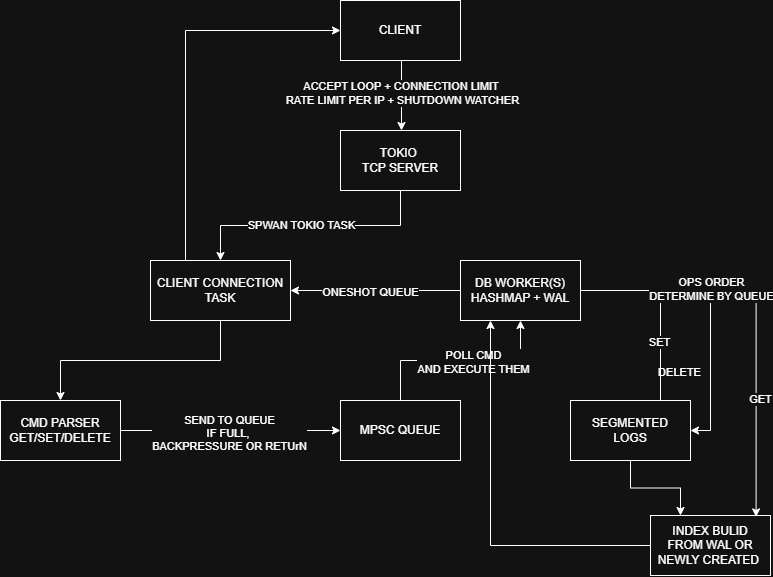
Earlier version of the draw.io export mini-db-design.png (ronakgh97/mini-db). Source tidied: cells renumbered, new cells last; positions are measured from the earlier drawing's top-left corner, leaving out a move shared by most shapes. Source of this version:
```xml
<mxGraphModel>
  <root>
    <mxCell id="0" />
    <mxCell id="1" parent="0" />
    <mxCell id="2" style="edgeStyle=orthogonalEdgeStyle;rounded=0;orthogonalLoop=1;jettySize=auto;html=1;exitX=0.5;exitY=1;exitDx=0;exitDy=0;entryX=0.5;entryY=0;entryDx=0;entryDy=0;" parent="1" edge="1">
      <mxGeometry relative="1" as="geometry">
        <mxPoint x="401" y="60" as="sourcePoint" />
        <mxPoint x="401" y="130" as="targetPoint" />
      </mxGeometry>
    </mxCell>
    <mxCell id="3" value="ACCEPT LOOP + CONNECTION LIMIT&amp;nbsp;&lt;div&gt;RATE LIMIT PER IP + SHUTDOWN WATCHER&lt;/div&gt;" style="edgeLabel;html=1;align=center;verticalAlign=middle;" parent="2" vertex="1">
      <mxGeometry x="-0.07" y="-1" relative="1" as="geometry">
        <mxPoint x="1" as="offset" />
      </mxGeometry>
    </mxCell>
    <mxCell id="4" value="CLIENT" style="rounded=0;whiteSpace=wrap;html=1;" parent="1" vertex="1">
      <mxGeometry x="340" width="120" height="60" as="geometry" />
    </mxCell>
    <mxCell id="5" style="edgeStyle=orthogonalEdgeStyle;rounded=0;jettySize=auto;html=1;exitX=0.5;exitY=1;exitDx=0;exitDy=0;" parent="1" edge="1" source="7" target="10">
      <mxGeometry relative="1" as="geometry" />
    </mxCell>
    <mxCell id="6" value="SPWAN TOKIO TASK" style="edgeLabel;html=1;align=center;verticalAlign=middle;" parent="5" vertex="1">
      <mxGeometry x="0.05" y="-3" relative="1" as="geometry">
        <mxPoint x="-3" y="2" as="offset" />
      </mxGeometry>
    </mxCell>
    <mxCell id="7" value="TOKIO&amp;nbsp;&lt;div&gt;TCP SERVER&lt;/div&gt;" style="rounded=0;whiteSpace=wrap;html=1;" parent="1" vertex="1">
      <mxGeometry x="340" y="130" width="120" height="60" as="geometry" />
    </mxCell>
    <mxCell id="8" style="edgeStyle=orthogonalEdgeStyle;rounded=0;jettySize=auto;html=1;exitX=0.5;exitY=1;exitDx=0;exitDy=0;entryX=0.5;entryY=0;entryDx=0;entryDy=0;" parent="1" edge="1" source="10" target="13">
      <mxGeometry relative="1" as="geometry" />
    </mxCell>
    <mxCell id="9" style="edgeStyle=orthogonalEdgeStyle;rounded=0;jettySize=auto;html=1;exitX=0.25;exitY=0;exitDx=0;exitDy=0;entryX=0;entryY=0.5;entryDx=0;entryDy=0;" parent="1" edge="1" source="10" target="4">
      <mxGeometry relative="1" as="geometry" />
    </mxCell>
    <mxCell id="10" value="CLIENT CONNECTION TASK" style="rounded=0;whiteSpace=wrap;html=1;" parent="1" vertex="1">
      <mxGeometry x="150" y="260" width="140" height="60" as="geometry" />
    </mxCell>
    <mxCell id="11" style="edgeStyle=orthogonalEdgeStyle;rounded=0;jettySize=auto;html=1;exitX=1;exitY=0.5;exitDx=0;exitDy=0;" parent="1" edge="1" source="13" target="16">
      <mxGeometry relative="1" as="geometry" />
    </mxCell>
    <mxCell id="12" value="SEND TO QUEUE&lt;div&gt;IF FULL,&amp;nbsp;&lt;div&gt;BACKPRESSURE OR RETUrN&lt;/div&gt;&lt;/div&gt;" style="edgeLabel;html=1;align=center;verticalAlign=middle;" parent="11" vertex="1">
      <mxGeometry x="-0.02" y="-2" relative="1" as="geometry" />
    </mxCell>
    <mxCell id="13" value="CMD PARSER&lt;div&gt;GET/SET/DELETE&lt;/div&gt;" style="rounded=0;whiteSpace=wrap;html=1;" parent="1" vertex="1">
      <mxGeometry y="400" width="120" height="60" as="geometry" />
    </mxCell>
    <mxCell id="14" style="edgeStyle=orthogonalEdgeStyle;rounded=0;jettySize=auto;html=1;exitX=0.5;exitY=0;exitDx=0;exitDy=0;entryX=0.5;entryY=1;entryDx=0;entryDy=0;" parent="1" edge="1" source="16" target="23">
      <mxGeometry relative="1" as="geometry" />
    </mxCell>
    <mxCell id="15" value="POLL CMD&lt;div&gt;AND EXECUTE THEM&lt;/div&gt;" style="edgeLabel;html=1;align=center;verticalAlign=middle;" parent="14" vertex="1">
      <mxGeometry x="0.12" y="-1" relative="1" as="geometry" />
    </mxCell>
    <mxCell id="16" value="MPSC QUEUE" style="rounded=1;whiteSpace=wrap;html=1;arcSize=0;" parent="1" vertex="1">
      <mxGeometry x="340" y="400" width="120" height="60" as="geometry" />
    </mxCell>
    <mxCell id="17" style="edgeStyle=orthogonalEdgeStyle;rounded=0;jettySize=auto;html=1;entryX=1;entryY=0.5;entryDx=0;entryDy=0;" parent="1" edge="1" source="23" target="10">
      <mxGeometry relative="1" as="geometry" />
    </mxCell>
    <mxCell id="18" value="ONESHOT QUEUE" style="edgeLabel;html=1;align=center;verticalAlign=middle;" parent="17" vertex="1">
      <mxGeometry x="0.07" y="1" relative="1" as="geometry" />
    </mxCell>
    <mxCell id="19" style="edgeStyle=orthogonalEdgeStyle;rounded=0;jettySize=auto;html=1;exitX=1;exitY=0.5;exitDx=0;exitDy=0;entryX=1;entryY=0.5;entryDx=0;entryDy=0;" parent="1" edge="1" source="23" target="30">
      <mxGeometry relative="1" as="geometry" />
    </mxCell>
    <mxCell id="20" value="DELETE" style="edgeLabel;html=1;align=center;verticalAlign=middle;" parent="19" vertex="1">
      <mxGeometry x="-0.34" y="-2" relative="1" as="geometry">
        <mxPoint x="2" y="79" as="offset" />
      </mxGeometry>
    </mxCell>
    <mxCell id="21" style="edgeStyle=orthogonalEdgeStyle;rounded=0;jettySize=auto;html=1;exitX=1;exitY=0.5;exitDx=0;exitDy=0;entryX=0.75;entryY=0.167;entryDx=0;entryDy=0;entryPerimeter=0;" parent="1" edge="1" source="23" target="30">
      <mxGeometry relative="1" as="geometry" />
    </mxCell>
    <mxCell id="22" value="SET" style="edgeLabel;html=1;align=center;verticalAlign=middle;" parent="21" vertex="1">
      <mxGeometry x="0.36" y="2" relative="1" as="geometry">
        <mxPoint x="-4" y="-5" as="offset" />
      </mxGeometry>
    </mxCell>
    <mxCell id="23" value="DB WORKER(S)&lt;br&gt;HASHMAP + WAL" style="rounded=0;whiteSpace=wrap;html=1;" parent="1" vertex="1">
      <mxGeometry x="460" y="260" width="120" height="60" as="geometry" />
    </mxCell>
    <mxCell id="24" style="edgeStyle=orthogonalEdgeStyle;rounded=0;jettySize=auto;html=1;entryX=0.25;entryY=1;entryDx=0;entryDy=0;" parent="1" edge="1" source="25" target="23">
      <mxGeometry relative="1" as="geometry" />
    </mxCell>
    <mxCell id="25" value="INDEX BULID&lt;div&gt;FROM WAL OR&lt;br&gt;NEWLY CREATED&amp;nbsp;&lt;/div&gt;" style="rounded=0;whiteSpace=wrap;html=1;" parent="1" vertex="1">
      <mxGeometry x="650" y="515" width="120" height="60" as="geometry" />
    </mxCell>
    <mxCell id="26" style="edgeStyle=orthogonalEdgeStyle;rounded=0;jettySize=auto;html=1;exitX=1;exitY=0.5;exitDx=0;exitDy=0;entryX=0.88;entryY=0.023;entryDx=0;entryDy=0;entryPerimeter=0;" parent="1" edge="1" source="23" target="25">
      <mxGeometry relative="1" as="geometry" />
    </mxCell>
    <mxCell id="27" value="GET" style="edgeLabel;html=1;align=center;verticalAlign=middle;" parent="26" vertex="1">
      <mxGeometry x="0.52" relative="1" as="geometry">
        <mxPoint x="4" y="-22" as="offset" />
      </mxGeometry>
    </mxCell>
    <mxCell id="28" value="OPS ORDER&lt;div&gt;DETERMINE BY QUEUE&lt;/div&gt;" style="edgeLabel;html=1;align=center;verticalAlign=middle;" parent="26" vertex="1">
      <mxGeometry x="-0.85" y="2" relative="1" as="geometry">
        <mxPoint x="99" as="offset" />
      </mxGeometry>
    </mxCell>
    <mxCell id="29" style="edgeStyle=orthogonalEdgeStyle;rounded=0;jettySize=auto;html=1;exitX=0.5;exitY=1;exitDx=0;exitDy=0;entryX=0.25;entryY=0;entryDx=0;entryDy=0;" parent="1" edge="1" source="30" target="25">
      <mxGeometry relative="1" as="geometry" />
    </mxCell>
    <mxCell id="30" value="SEGMENTED&lt;div&gt;LOGS&lt;/div&gt;" style="rounded=0;whiteSpace=wrap;html=1;" parent="1" vertex="1">
      <mxGeometry x="570" y="400" width="120" height="60" as="geometry" />
    </mxCell>
  </root>
</mxGraphModel>
```
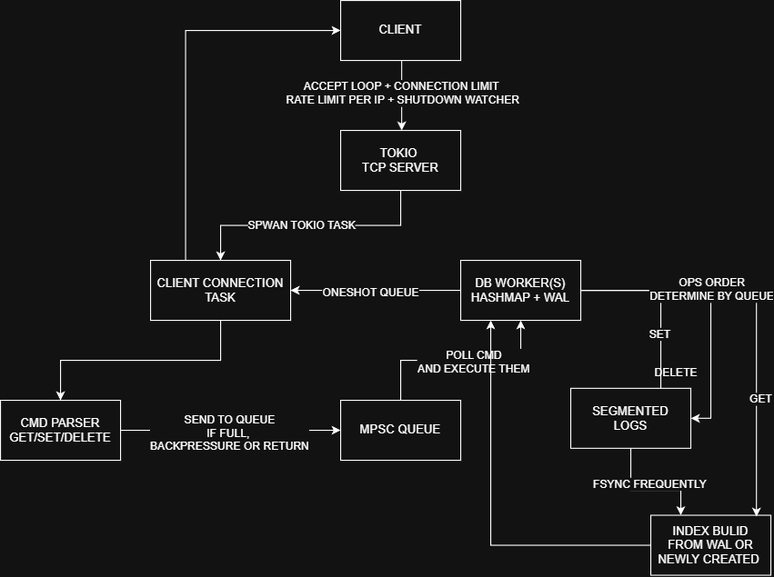
Above is the later version.

Diff of the diagram source:
```diff
@@ -39,7 +39,7 @@
     <mxCell id="11" style="edgeStyle=orthogonalEdgeStyle;rounded=0;jettySize=auto;html=1;exitX=1;exitY=0.5;exitDx=0;exitDy=0;" parent="1" edge="1" source="13" target="16">
       <mxGeometry relative="1" as="geometry" />
     </mxCell>
-    <mxCell id="12" value="SEND TO QUEUE&lt;div&gt;IF FULL,&amp;nbsp;&lt;div&gt;BACKPRESSURE OR RETUrN&lt;/div&gt;&lt;/div&gt;" style="edgeLabel;html=1;align=center;verticalAlign=middle;" parent="11" vertex="1">
+    <mxCell id="12" value="SEND TO QUEUE&lt;div&gt;IF FULL,&amp;nbsp;&lt;div&gt;BACKPRESSURE OR RETURN&lt;/div&gt;&lt;/div&gt;" style="edgeLabel;html=1;align=center;verticalAlign=middle;" parent="11" vertex="1">
       <mxGeometry x="-0.02" y="-2" relative="1" as="geometry" />
     </mxCell>
     <mxCell id="13" value="CMD PARSER&lt;div&gt;GET/SET/DELETE&lt;/div&gt;" style="rounded=0;whiteSpace=wrap;html=1;" parent="1" vertex="1">
@@ -99,10 +99,20 @@
       </mxGeometry>
     </mxCell>
     <mxCell id="29" style="edgeStyle=orthogonalEdgeStyle;rounded=0;jettySize=auto;html=1;exitX=0.5;exitY=1;exitDx=0;exitDy=0;entryX=0.25;entryY=0;entryDx=0;entryDy=0;" parent="1" edge="1" source="30" target="25">
-      <mxGeometry relative="1" as="geometry" />
+      <mxGeometry relative="1" as="geometry">
+        <Array as="points">
+          <mxPoint x="630" y="490" />
+          <mxPoint x="680" y="490" />
+        </Array>
+      </mxGeometry>
     </mxCell>
+    <mxCell id="31" value="FSYNC&amp;nbsp;FREQUENTLY" style="edgeLabel;html=1;align=center;verticalAlign=middle;" parent="29" vertex="1">
+      <mxGeometry x="0.03" y="6" relative="1" as="geometry">
+        <mxPoint y="-1" as="offset" />
+      </mxGeometry>
+    </mxCell>
     <mxCell id="30" value="SEGMENTED&lt;div&gt;LOGS&lt;/div&gt;" style="rounded=0;whiteSpace=wrap;html=1;" parent="1" vertex="1">
-      <mxGeometry x="570" y="400" width="120" height="60" as="geometry" />
+      <mxGeometry x="570" y="388" width="120" height="60" as="geometry" />
     </mxCell>
   </root>
 </mxGraphModel>
```
